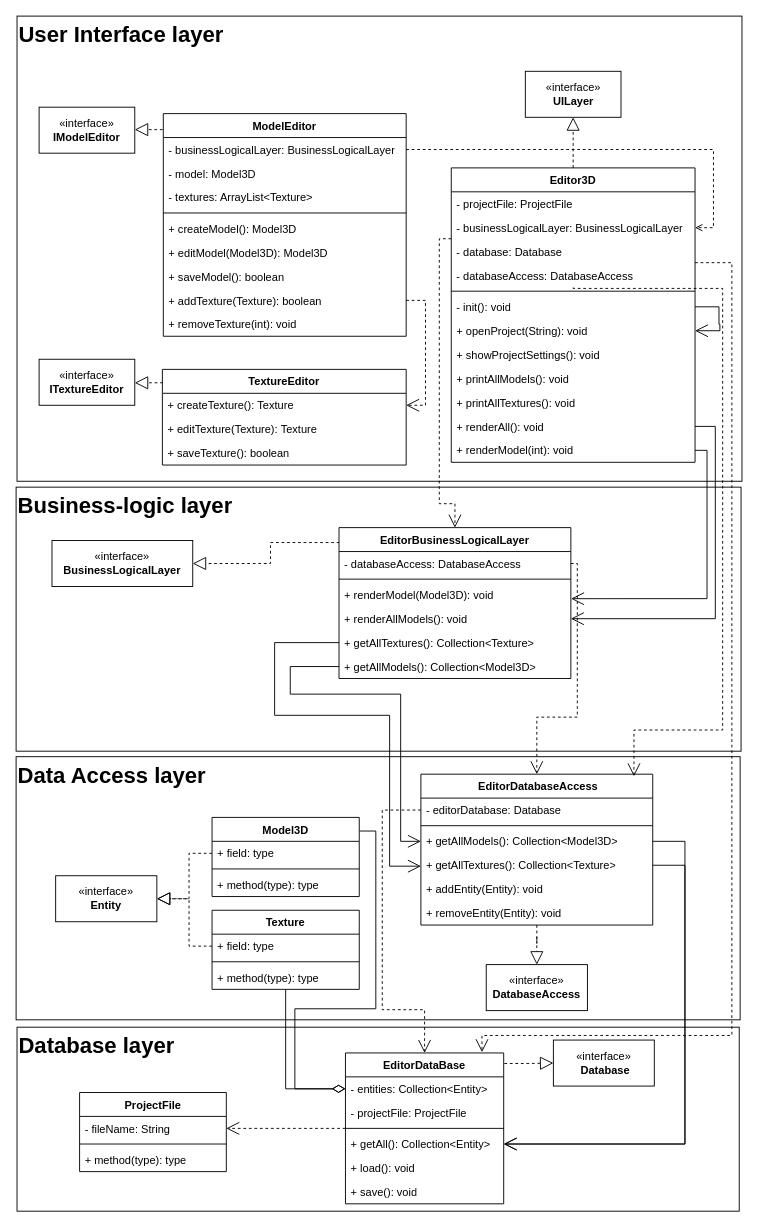
Above: Homework05/Diagrams/Editor3d_class_diagram.drawio in BeliaevAndrey/GB_Architecture_Homeworks (draw.io), before the change. Source tidied: cells renumbered, new cells numbered last; positions are measured from the earlier drawing's top-left corner, leaving out a move shared by most shapes. Both pictures are drawn from the tidied source at 92%, with x=0, y=0 at pixel (16, 16).
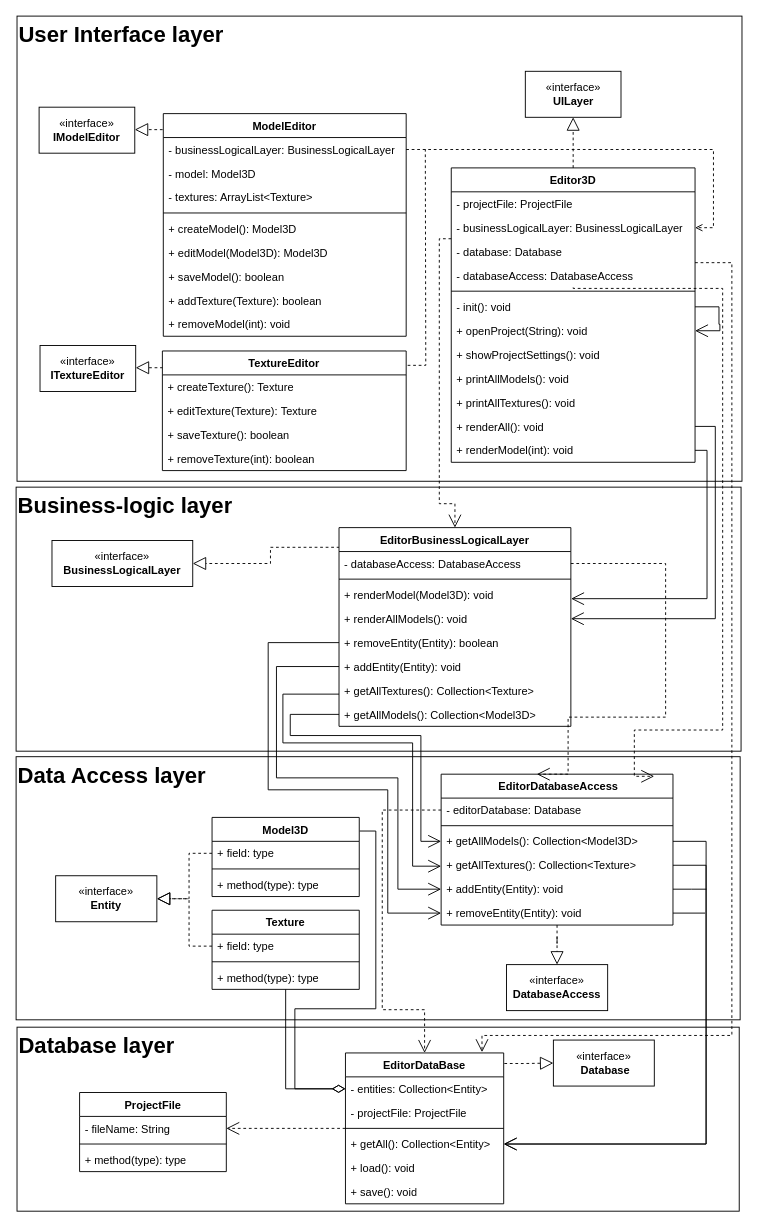
Above is the later version.

Commit message (it also covers changes not shown here):
Homework 05: Diagrams updated

Unchanged cells that the change refers to:
```xml
<mxCell id="2" style="group;" parent="1" vertex="1">
  <mxGeometry x="1" width="788" height="455.6" as="geometry" />
</mxCell>
<mxCell id="9" value="&lt;div&gt;+ getAllModels(): Collection&amp;lt;Model3D&amp;gt;&lt;/div&gt;&lt;div&gt;&lt;br&gt;&lt;/div&gt;" style="text;strokeColor=none;fillColor=none;align=left;verticalAlign=top;spacingLeft=4;spacingRight=4;overflow=hidden;points=[[0,0.5],[1,0.5]];portConstraint=eastwest;whiteSpace=wrap;html=1;" parent="6" vertex="1">
  <mxGeometry y="60" width="252" height="26" as="geometry" />
</mxCell>
<mxCell id="10" value="&lt;div&gt;&lt;span style=&quot;background-color: initial;&quot;&gt;+ getAllTextures(): Collection&amp;lt;Texture&amp;gt;&lt;/span&gt;&lt;br&gt;&lt;/div&gt;&lt;div&gt;&lt;br&gt;&lt;/div&gt;" style="text;strokeColor=none;fillColor=none;align=left;verticalAlign=top;spacingLeft=4;spacingRight=4;overflow=hidden;points=[[0,0.5],[1,0.5]];portConstraint=eastwest;whiteSpace=wrap;html=1;" parent="6" vertex="1">
  <mxGeometry y="86" width="252" height="26" as="geometry" />
</mxCell>
<mxCell id="11" value="&lt;div&gt;&lt;span style=&quot;background-color: initial;&quot;&gt;+ addEntity(Entity): void&lt;/span&gt;&lt;/div&gt;" style="text;strokeColor=none;fillColor=none;align=left;verticalAlign=top;spacingLeft=4;spacingRight=4;overflow=hidden;points=[[0,0.5],[1,0.5]];portConstraint=eastwest;whiteSpace=wrap;html=1;" parent="6" vertex="1">
  <mxGeometry y="112" width="252" height="26" as="geometry" />
</mxCell>
<mxCell id="12" value="&lt;div&gt;&lt;span style=&quot;background-color: initial;&quot;&gt;+ removeEntity(Entity): void&lt;/span&gt;&lt;/div&gt;" style="text;strokeColor=none;fillColor=none;align=left;verticalAlign=top;spacingLeft=4;spacingRight=4;overflow=hidden;points=[[0,0.5],[1,0.5]];portConstraint=eastwest;whiteSpace=wrap;html=1;" parent="6" vertex="1">
  <mxGeometry y="138" width="252" height="26" as="geometry" />
</mxCell>
<mxCell id="48" value="+ getAll(): Collection&amp;lt;Entity&amp;gt;" style="text;strokeColor=none;fillColor=none;align=left;verticalAlign=top;spacingLeft=4;spacingRight=4;overflow=hidden;points=[[0,0.5],[1,0.5]];portConstraint=eastwest;whiteSpace=wrap;html=1;" parent="44" vertex="1">
  <mxGeometry y="86" width="172" height="26" as="geometry" />
</mxCell>
<mxCell id="73" value="- databaseAccess: DatabaseAccess" style="text;strokeColor=none;fillColor=none;align=left;verticalAlign=top;spacingLeft=4;spacingRight=4;overflow=hidden;points=[[0,0.5],[1,0.5]];portConstraint=eastwest;whiteSpace=wrap;html=1;" parent="72" vertex="1">
  <mxGeometry y="26" width="252" height="26" as="geometry" />
</mxCell>
<mxCell id="87" value="&lt;div&gt;&lt;span style=&quot;text-align: left; text-wrap: nowrap;&quot;&gt;ModelEditor&lt;/span&gt;&lt;br&gt;&lt;/div&gt;" style="swimlane;fontStyle=1;align=center;verticalAlign=top;horizontal=1;startSize=26;whiteSpace=wrap;html=1;" parent="1" vertex="1">
  <mxGeometry x="160" y="106" width="264" height="242" as="geometry" />
</mxCell>
<mxCell id="95" value="&lt;div style=&quot;text-wrap: nowrap;&quot;&gt;+ addTexture(Texture): boolean&lt;/div&gt;" style="text;strokeColor=none;fillColor=none;align=left;verticalAlign=top;spacingLeft=4;spacingRight=4;overflow=hidden;points=[[0,0.5],[1,0.5]];portConstraint=eastwest;whiteSpace=wrap;html=1;" parent="87" vertex="1">
  <mxGeometry y="190" width="264" height="26" as="geometry" />
</mxCell>
<mxCell id="99" value="&lt;div style=&quot;text-wrap: nowrap;&quot;&gt;&lt;span style=&quot;background-color: initial;&quot;&gt;+ createTexture():&amp;nbsp;&lt;/span&gt;&lt;span style=&quot;background-color: initial;&quot;&gt;Texture&lt;/span&gt;&lt;/div&gt;" style="text;strokeColor=none;fillColor=none;align=left;verticalAlign=top;spacingLeft=4;spacingRight=4;overflow=hidden;points=[[0,0.5],[1,0.5]];portConstraint=eastwest;whiteSpace=wrap;html=1;" parent="98" vertex="1">
  <mxGeometry y="26" width="265" height="26" as="geometry" />
</mxCell>
```

The edit, as a diff of the source:
```diff
@@
+    <mxCell id="82" value="«interface»&lt;br&gt;&lt;span style=&quot;text-align: left; text-wrap: nowrap;&quot;&gt;&lt;b&gt;ITextureEditor&lt;/b&gt;&lt;/span&gt;" style="html=1;whiteSpace=wrap;" parent="2" vertex="1">
+      <mxGeometry x="25" y="358" width="104" height="50" as="geometry" />
+    </mxCell>
@@
     <mxCell id="6" value="&lt;div&gt;&amp;nbsp;EditorDatabaseAccess&lt;/div&gt;&lt;div&gt;&lt;br&gt;&lt;/div&gt;" style="swimlane;fontStyle=1;align=center;verticalAlign=top;horizontal=1;startSize=26;whiteSpace=wrap;html=1;" parent="1" vertex="1">
-      <mxGeometry x="440" y="824" width="252" height="164" as="geometry" />
+      <mxGeometry x="462" y="824" width="252" height="164" as="geometry" />
     </mxCell>
@@
+    <mxCell id="106" style="edgeStyle=orthogonalEdgeStyle;rounded=0;jettySize=auto;html=1;endArrow=none;endFill=0;" parent="6" edge="1" source="11">
+      <mxGeometry relative="1" as="geometry">
+        <mxPoint x="288.4" y="125" as="targetPoint" />
+      </mxGeometry>
+    </mxCell>
@@
+    <mxCell id="107" style="edgeStyle=orthogonalEdgeStyle;rounded=0;jettySize=auto;html=1;endArrow=none;endFill=0;" parent="6" edge="1" source="12">
+      <mxGeometry relative="1" as="geometry">
+        <mxPoint x="287" y="151" as="targetPoint" />
+        <Array as="points">
+          <mxPoint x="287" y="151" />
+        </Array>
+      </mxGeometry>
+    </mxCell>
@@
     <mxCell id="13" value="«interface»&lt;br&gt;&lt;span style=&quot;background-color: initial;&quot;&gt;&lt;b&gt;DatabaseAccess&lt;/b&gt;&lt;/span&gt;" style="html=1;whiteSpace=wrap;" parent="1" vertex="1">
-      <mxGeometry x="511" y="1031" width="110" height="50" as="geometry" />
+      <mxGeometry x="533" y="1031" width="110" height="50" as="geometry" />
     </mxCell>
@@
     <mxCell id="27" style="edgeStyle=orthogonalEdgeStyle;rounded=0;jettySize=auto;html=1;entryX=1;entryY=0.5;entryDx=0;entryDy=0;endArrow=open;endFill=0;endSize=12;" parent="1" edge="1" source="10" target="48">
       <mxGeometry relative="1" as="geometry">
         <Array as="points">
-          <mxPoint x="727" y="923" />
-          <mxPoint x="727" y="1226" />
+          <mxPoint x="750" y="923" />
+          <mxPoint x="750" y="1226" />
         </Array>
       </mxGeometry>
     </mxCell>
     <mxCell id="28" style="edgeStyle=orthogonalEdgeStyle;rounded=0;jettySize=auto;html=1;entryX=1;entryY=0.5;entryDx=0;entryDy=0;endArrow=open;endFill=0;endSize=12;" parent="1" edge="1" source="9" target="48">
       <mxGeometry relative="1" as="geometry">
         <Array as="points">
-          <mxPoint x="727" y="897" />
-          <mxPoint x="727" y="1226" />
+          <mxPoint x="750" y="897" />
+          <mxPoint x="750" y="1226" />
         </Array>
       </mxGeometry>
     </mxCell>
@@
     <mxCell id="31" style="edgeStyle=orthogonalEdgeStyle;rounded=0;jettySize=auto;html=1;endSize=12;endArrow=open;endFill=0;" parent="1" edge="1" source="77" target="10">
       <mxGeometry relative="1" as="geometry">
         <Array as="points">
-          <mxPoint x="281" y="681" />
-          <mxPoint x="281" y="760" />
-          <mxPoint x="406" y="760" />
-          <mxPoint x="406" y="924" />
+          <mxPoint x="290" y="737" />
+          <mxPoint x="290" y="790" />
+          <mxPoint x="431" y="790" />
+          <mxPoint x="431" y="924" />
         </Array>
       </mxGeometry>
     </mxCell>
     <mxCell id="32" style="edgeStyle=orthogonalEdgeStyle;rounded=0;jettySize=auto;html=1;entryX=0;entryY=0.5;entryDx=0;entryDy=0;endArrow=open;endFill=0;endSize=12;exitX=0;exitY=0.5;exitDx=0;exitDy=0;" parent="1" edge="1" source="78" target="9">
       <mxGeometry relative="1" as="geometry">
         <Array as="points">
-          <mxPoint x="298" y="707" />
-          <mxPoint x="298" y="737" />
-          <mxPoint x="418" y="737" />
-          <mxPoint x="418" y="897" />
+          <mxPoint x="298" y="759" />
+          <mxPoint x="298" y="782" />
+          <mxPoint x="440" y="782" />
+          <mxPoint x="440" y="897" />
         </Array>
       </mxGeometry>
     </mxCell>
@@
-    <mxCell id="34" style="edgeStyle=orthogonalEdgeStyle;rounded=0;jettySize=auto;html=1;entryX=0.5;entryY=0;entryDx=0;entryDy=0;endArrow=open;endFill=0;dashed=1;endSize=12;" parent="1" edge="1" source="73" target="6">
+    <mxCell id="34" style="edgeStyle=orthogonalEdgeStyle;rounded=0;jettySize=auto;html=1;endArrow=open;endFill=0;dashed=1;endSize=12;" parent="1" edge="1" source="73">
       <mxGeometry relative="1" as="geometry">
+        <mxPoint x="566" y="824" as="targetPoint" />
         <Array as="points">
-          <mxPoint x="610" y="595" />
-          <mxPoint x="610" y="762" />
-          <mxPoint x="566" y="762" />
+          <mxPoint x="706" y="595" />
+          <mxPoint x="706" y="762" />
+          <mxPoint x="600" y="762" />
+          <mxPoint x="600" y="824" />
         </Array>
       </mxGeometry>
     </mxCell>
@@
     <mxCell id="72" value="&lt;div&gt;EditorBusinessLogicalLayer&lt;br&gt;&lt;/div&gt;" style="swimlane;fontStyle=1;align=center;verticalAlign=top;horizontal=1;startSize=26;whiteSpace=wrap;html=1;" parent="1" vertex="1">
-      <mxGeometry x="351" y="556" width="252" height="164" as="geometry" />
+      <mxGeometry x="351" y="556" width="252" height="216" as="geometry" />
     </mxCell>
@@
+    <mxCell id="108" value="&lt;div&gt;+ removeEntity(Entity): boolean&lt;/div&gt;" style="text;strokeColor=none;fillColor=none;align=left;verticalAlign=top;spacingLeft=4;spacingRight=4;overflow=hidden;points=[[0,0.5],[1,0.5]];portConstraint=eastwest;whiteSpace=wrap;html=1;" parent="72" vertex="1">
+      <mxGeometry y="112" width="252" height="26" as="geometry" />
+    </mxCell>
+    <mxCell id="109" value="&lt;div&gt;+ addEntity(Entity): void&lt;/div&gt;" style="text;strokeColor=none;fillColor=none;align=left;verticalAlign=top;spacingLeft=4;spacingRight=4;overflow=hidden;points=[[0,0.5],[1,0.5]];portConstraint=eastwest;whiteSpace=wrap;html=1;" parent="72" vertex="1">
+      <mxGeometry y="138" width="252" height="26" as="geometry" />
+    </mxCell>
     <mxCell id="77" value="&lt;div&gt;&lt;span style=&quot;background-color: initial;&quot;&gt;+ getAllTextures(): Collection&amp;lt;Texture&amp;gt;&lt;/span&gt;&lt;br&gt;&lt;/div&gt;&lt;div&gt;&lt;br&gt;&lt;/div&gt;" style="text;strokeColor=none;fillColor=none;align=left;verticalAlign=top;spacingLeft=4;spacingRight=4;overflow=hidden;points=[[0,0.5],[1,0.5]];portConstraint=eastwest;whiteSpace=wrap;html=1;" parent="72" vertex="1">
-      <mxGeometry y="112" width="252" height="26" as="geometry" />
+      <mxGeometry y="164" width="252" height="26" as="geometry" />
     </mxCell>
     <mxCell id="78" value="&lt;div&gt;+ getAllModels(): Collection&amp;lt;Model3D&amp;gt;&lt;/div&gt;&lt;div&gt;&lt;br&gt;&lt;/div&gt;" style="text;strokeColor=none;fillColor=none;align=left;verticalAlign=top;spacingLeft=4;spacingRight=4;overflow=hidden;points=[[0,0.5],[1,0.5]];portConstraint=eastwest;whiteSpace=wrap;html=1;" parent="72" vertex="1">
-      <mxGeometry y="138" width="252" height="26" as="geometry" />
+      <mxGeometry y="190" width="252" height="26" as="geometry" />
     </mxCell>
@@
-    <mxCell id="82" value="«interface»&lt;br&gt;&lt;span style=&quot;text-align: left; text-wrap: nowrap;&quot;&gt;&lt;b&gt;ITextureEditor&lt;/b&gt;&lt;/span&gt;" style="html=1;whiteSpace=wrap;" parent="1" vertex="1">
-      <mxGeometry x="25" y="373" width="104" height="50" as="geometry" />
-    </mxCell>
@@
-    <mxCell id="96" value="&lt;div&gt;+ removeTexture(int): void&lt;/div&gt;" style="text;strokeColor=none;fillColor=none;align=left;verticalAlign=top;spacingLeft=4;spacingRight=4;overflow=hidden;whiteSpace=wrap;html=1;" parent="87" vertex="1">
+    <mxCell id="96" value="&lt;div&gt;+ removeModel(int): void&lt;/div&gt;" style="text;strokeColor=none;fillColor=none;align=left;verticalAlign=top;spacingLeft=4;spacingRight=4;overflow=hidden;whiteSpace=wrap;html=1;" parent="87" vertex="1">
       <mxGeometry y="216" width="264" height="26" as="geometry" />
     </mxCell>
@@
     <mxCell id="98" value="&lt;div&gt;&lt;span style=&quot;text-align: left; text-wrap: nowrap;&quot;&gt;TextureEditor&lt;/span&gt;&lt;br&gt;&lt;/div&gt;" style="swimlane;fontStyle=1;align=center;verticalAlign=top;horizontal=1;startSize=26;whiteSpace=wrap;html=1;" parent="1" vertex="1">
-      <mxGeometry x="159" y="384" width="265" height="104" as="geometry" />
+      <mxGeometry x="159" y="364" width="265" height="130" as="geometry" />
     </mxCell>
@@
+    <mxCell id="110" style="edgeStyle=orthogonalEdgeStyle;rounded=0;jettySize=auto;html=1;dashed=1;endArrow=none;endFill=0;exitX=1.006;exitY=0.12;exitDx=0;exitDy=0;exitPerimeter=0;" parent="98" edge="1" source="98">
+      <mxGeometry relative="1" as="geometry">
+        <mxPoint x="285.8" y="-219.2" as="targetPoint" />
+      </mxGeometry>
+    </mxCell>
@@
+    <mxCell id="111" value="&lt;div&gt;+ removeTexture(int):&amp;nbsp;&lt;span style=&quot;background-color: initial;&quot;&gt;boolean&lt;/span&gt;&lt;/div&gt;" style="text;strokeColor=none;fillColor=none;align=left;verticalAlign=top;spacingLeft=4;spacingRight=4;overflow=hidden;whiteSpace=wrap;html=1;" parent="98" vertex="1">
+      <mxGeometry y="104" width="265" height="26" as="geometry" />
+    </mxCell>
@@
-    <mxCell id="105" style="edgeStyle=orthogonalEdgeStyle;rounded=0;jettySize=auto;html=1;entryX=1;entryY=0.5;entryDx=0;entryDy=0;endArrow=open;endFill=0;endSize=12;dashed=1;" parent="1" edge="1" source="95" target="99">
-      <mxGeometry relative="1" as="geometry">
-        <Array as="points">
-          <mxPoint x="445" y="309" />
-          <mxPoint x="445" y="423" />
-        </Array>
-      </mxGeometry>
-    </mxCell>
+    <mxCell id="112" style="edgeStyle=orthogonalEdgeStyle;rounded=0;jettySize=auto;html=1;entryX=0;entryY=0.5;entryDx=0;entryDy=0;endArrow=open;endFill=0;endSize=12;" parent="1" edge="1" source="108" target="12">
+      <mxGeometry relative="1" as="geometry">
+        <Array as="points">
+          <mxPoint x="274" y="681" />
+          <mxPoint x="274" y="841" />
+          <mxPoint x="404" y="841" />
+          <mxPoint x="404" y="975" />
+        </Array>
+      </mxGeometry>
+    </mxCell>
+    <mxCell id="113" style="edgeStyle=orthogonalEdgeStyle;rounded=0;jettySize=auto;html=1;entryX=0;entryY=0.5;entryDx=0;entryDy=0;endArrow=open;endFill=0;endSize=12;" parent="1" edge="1" source="109" target="11">
+      <mxGeometry relative="1" as="geometry">
+        <Array as="points">
+          <mxPoint x="283" y="707" />
+          <mxPoint x="283" y="828" />
+          <mxPoint x="415" y="828" />
+          <mxPoint x="415" y="949" />
+        </Array>
+      </mxGeometry>
+    </mxCell>
```
